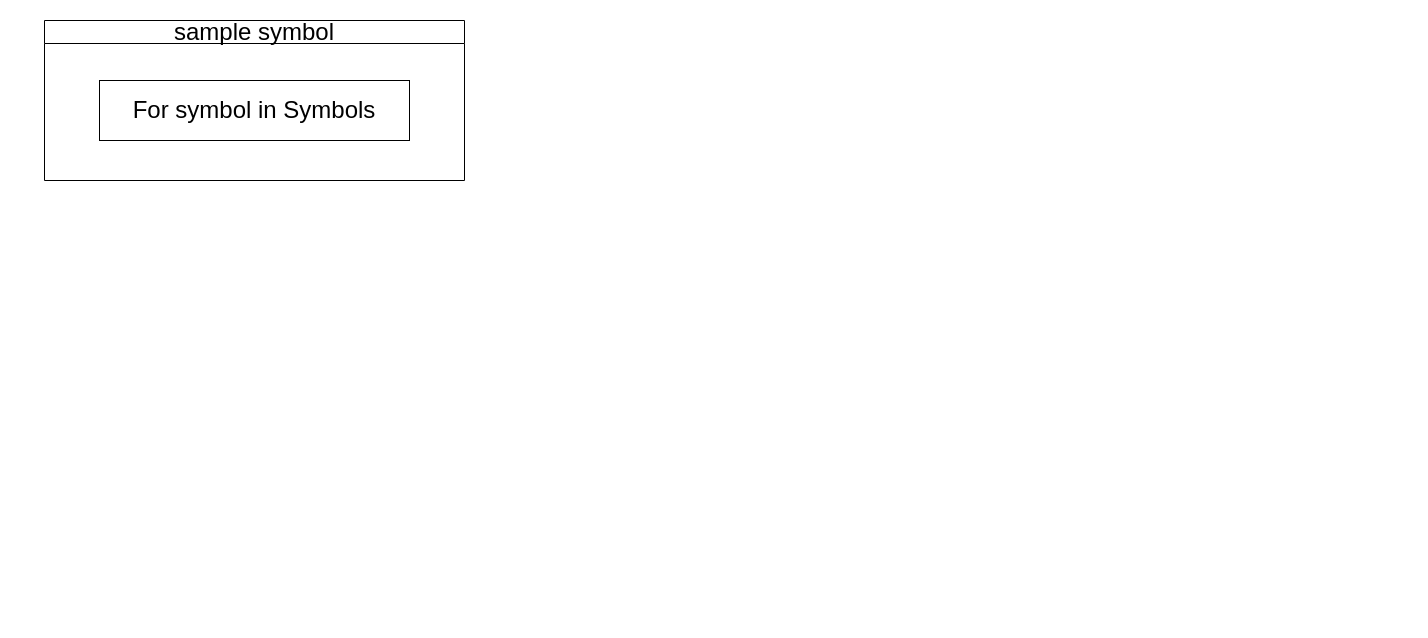
This is process_map/PER.drawio from a046829713/SynapseX, a draw.io file, before an edit. Source tidied: cells renumbered, new cells numbered last; positions are measured from the earlier drawing's top-left corner, leaving out a move shared by most shapes. Both pictures are drawn from the tidied source at 100%, with x=0, y=0 at pixel (44, 20).
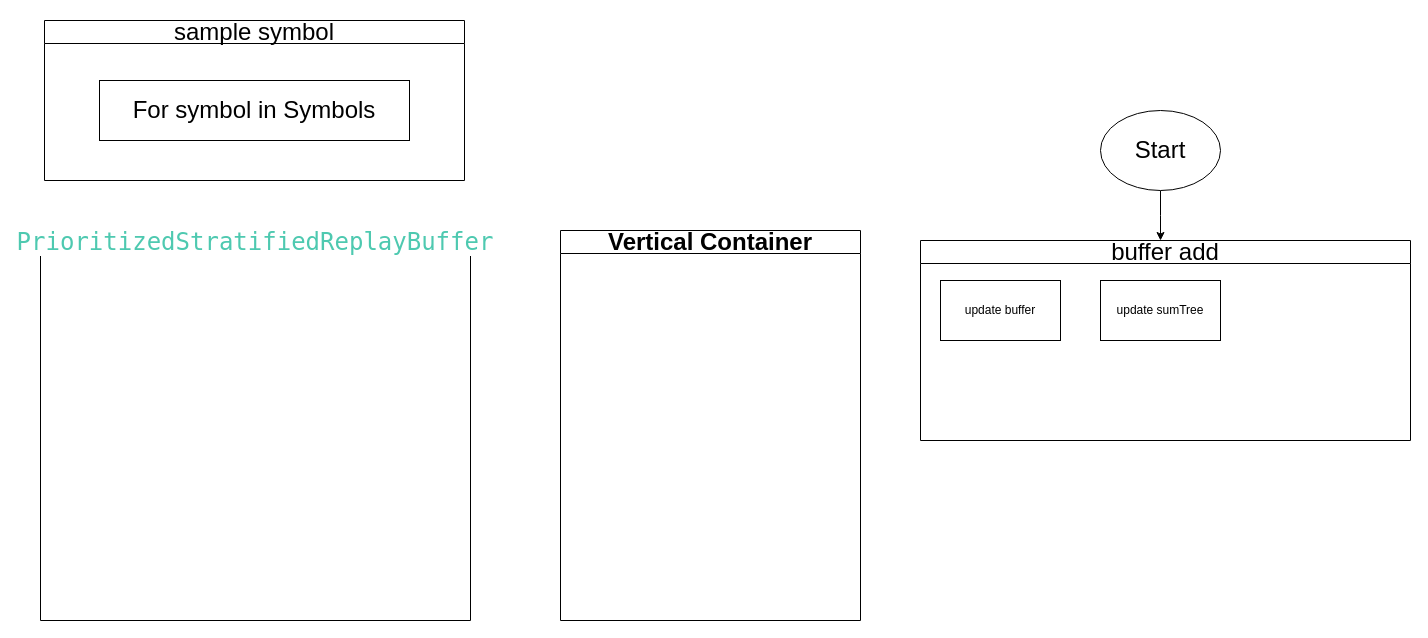
Above is the later version.

Diff of the diagram source:
```diff
@@
 <mxGraphModel>
   <root>
     <mxCell id="0" />
     <mxCell id="1" parent="0" />
-    <mxCell id="2" value="&lt;span style=&quot;font-size: 24px; font-weight: 400;&quot;&gt;sample symbol&lt;/span&gt;" style="swimlane;whiteSpace=wrap;html=1;" parent="1" vertex="1">
+    <mxCell id="2" value="&lt;span style=&quot;font-weight: 400;&quot;&gt;sample symbol&lt;/span&gt;" style="swimlane;whiteSpace=wrap;html=1;fontSize=24;" parent="1" vertex="1">
       <mxGeometry width="420" height="160" as="geometry" />
     </mxCell>
-    <mxCell id="3" value="&lt;font style=&quot;font-size: 24px;&quot;&gt;For symbol in Symbols&lt;/font&gt;" style="rounded=0;whiteSpace=wrap;html=1;" parent="2" vertex="1">
+    <mxCell id="3" value="&lt;font&gt;For symbol in Symbols&lt;/font&gt;" style="rounded=0;whiteSpace=wrap;html=1;fontSize=24;" parent="2" vertex="1">
       <mxGeometry x="55" y="60" width="310" height="60" as="geometry" />
     </mxCell>
+    <mxCell id="4" value="&lt;div style=&quot;color: rgb(204, 204, 204); font-family: &amp;quot;Droid Sans Mono&amp;quot;, &amp;quot;monospace&amp;quot;, monospace; font-weight: normal; line-height: 19px; white-space: pre;&quot;&gt;&lt;span style=&quot;color: rgb(78, 201, 176); background-color: light-dark(rgb(255, 255, 255), rgb(210, 210, 210));&quot;&gt;PrioritizedStratifiedReplayBuffer&lt;/span&gt;&lt;/div&gt;" style="swimlane;whiteSpace=wrap;html=1;fontSize=24;" parent="1" vertex="1">
+      <mxGeometry x="-4" y="210" width="430" height="390" as="geometry" />
+    </mxCell>
+    <mxCell id="5" value="Vertical Container" style="swimlane;whiteSpace=wrap;html=1;fontSize=24;" parent="1" vertex="1">
+      <mxGeometry x="516" y="210" width="300" height="390" as="geometry" />
+    </mxCell>
+    <mxCell id="6" style="edgeStyle=orthogonalEdgeStyle;rounded=0;jettySize=auto;html=1;entryX=0.5;entryY=0;entryDx=0;entryDy=0;fontSize=24;" parent="1" edge="1" source="7">
+      <mxGeometry relative="1" as="geometry">
+        <mxPoint x="1116" y="220" as="targetPoint" />
+      </mxGeometry>
+    </mxCell>
+    <mxCell id="7" value="Start" style="ellipse;whiteSpace=wrap;html=1;fontSize=24;" parent="1" vertex="1">
+      <mxGeometry x="1056" y="90" width="120" height="80" as="geometry" />
+    </mxCell>
+    <mxCell id="8" value="&lt;span style=&quot;font-size: 24px; font-weight: 400;&quot;&gt;buffer add&lt;/span&gt;" style="swimlane;whiteSpace=wrap;html=1;" parent="1" vertex="1">
+      <mxGeometry x="876" y="220" width="490" height="200" as="geometry" />
+    </mxCell>
+    <mxCell id="9" value="update buffer" style="rounded=0;whiteSpace=wrap;html=1;" parent="8" vertex="1">
+      <mxGeometry x="20" y="40" width="120" height="60" as="geometry" />
+    </mxCell>
+    <mxCell id="10" value="update sumTree" style="rounded=0;whiteSpace=wrap;html=1;" parent="8" vertex="1">
+      <mxGeometry x="180" y="40" width="120" height="60" as="geometry" />
+    </mxCell>
   </root>
 </mxGraphModel>
```
